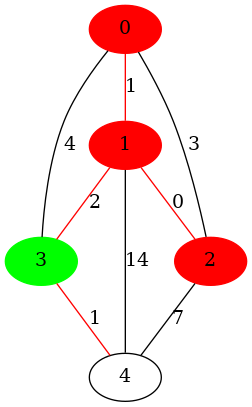
This is algorithm_visualizer/src/save/tmp/ucgraph.png from Les-Alchimistes-Labs/AlgorithmVisualizer, a Graphviz export, as it was before one commit. Its source is kept beside it as algorithm_visualizer/src/save/tmp/ucgraph.dot.
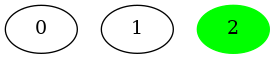
The same diagram one commit later.

Change to the diagram source:
```diff
@@ -1,15 +1,5 @@
-graph ucgraph { // 5
-n0--n1 [label = 1 ,color = red] // 0 1 1
-n0--n2 [label = 3] // 0 2 3
-n0--n3 [label = 4] // 0 3 4
-n1--n2 [label = 0 ,color = red] // 1 2 0
-n1--n3 [label = 2 ,color = red] // 1 3 2
-n1--n4 [label = 14] // 1 4 14
-n2--n4 [label = 7] // 2 4 7
-n3--n4 [label = 1 ,color = red] // 3 4 1
-n0 [label="0", style = filled , color = red ]
-n1 [label="1", style = filled , color = red ]
-n2 [label="2", style = filled , color = red ]
-n3 [label="3", style = filled , color = green ]
-n4 [label="4"]
+graph ucgraph { // 3
+n0 [label="0"]
+n1 [label="1"]
+n2 [label="2", style = filled , color = green ]
 }
```
